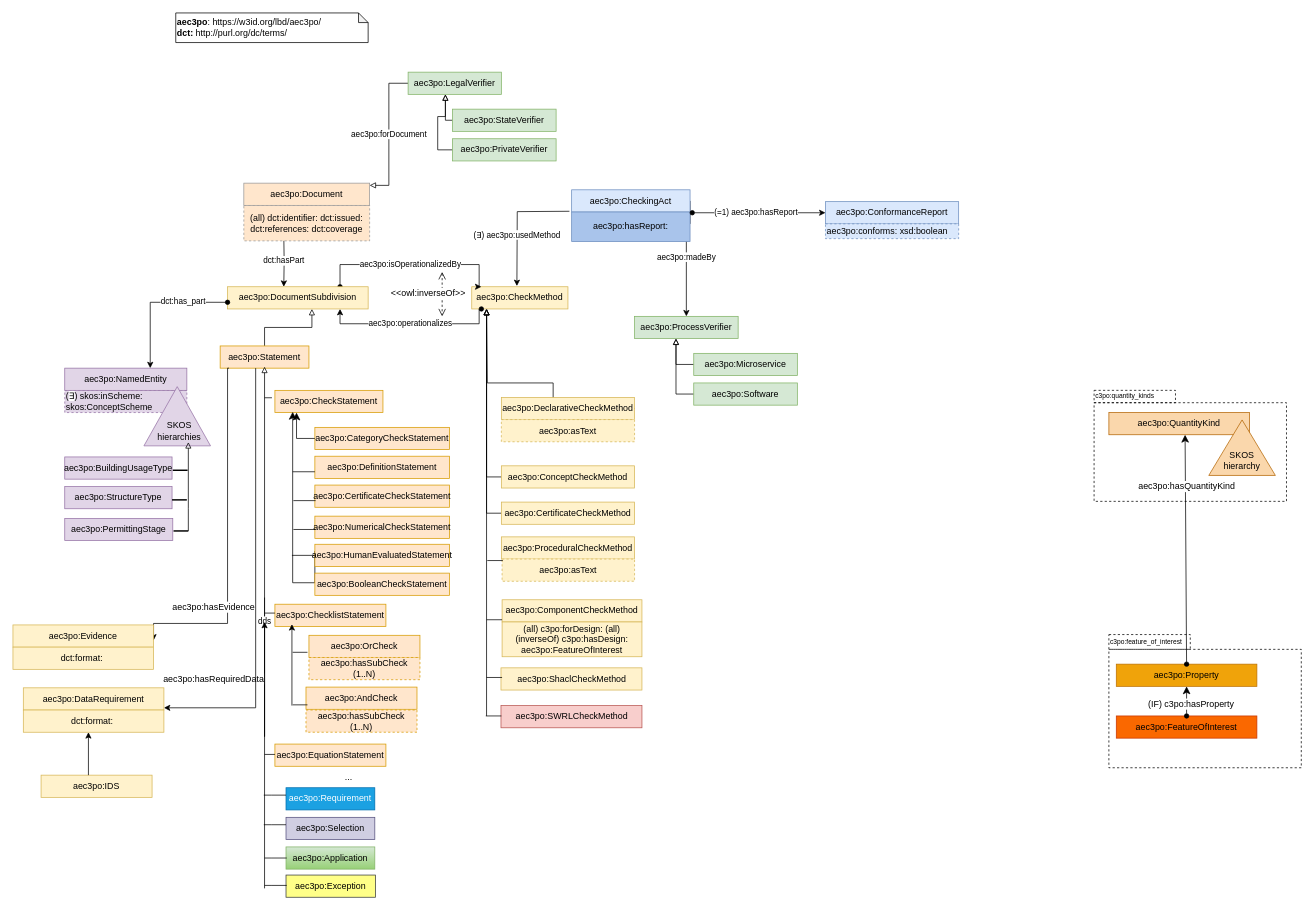
Accord-Project/aec3po keeps this draw.io diagram as page "overview" (1 of 18) of src/aec3po.drawio. Above is the earlier version. Source tidied: cells renumbered, new cells numbered last; positions are measured from the earlier drawing's top-left corner, leaving out a move shared by most shapes. Both pictures are drawn from the tidied source at 74%, with x=0, y=0 at pixel (13, 13).
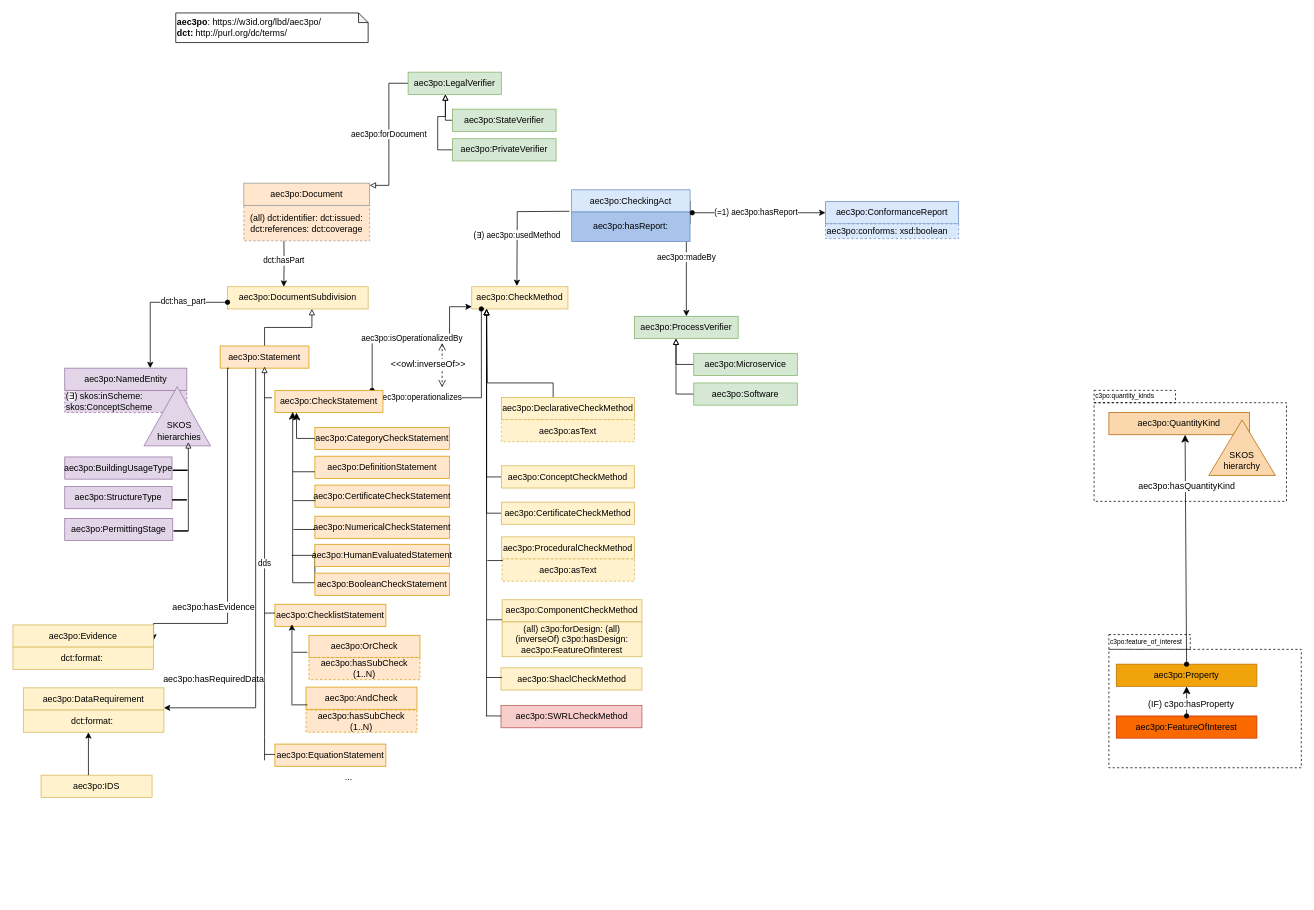
After the change.

Unchanged cells that the change refers to:
```xml
<mxCell id="15" value="aec3po:CheckMethod" style="rounded=0;whiteSpace=wrap;html=1;snapToPoint=1;points=[[0.1,0],[0.2,0],[0.3,0],[0.4,0],[0.5,0],[0.6,0],[0.7,0],[0.8,0],[0.9,0],[0,0.1],[0,0.3],[0,0.5],[0,0.7],[0,0.9],[0.1,1],[0.2,1],[0.3,1],[0.4,1],[0.5,1],[0.6,1],[0.7,1],[0.8,1],[0.9,1],[1,0.1],[1,0.3],[1,0.5],[1,0.7],[1,0.9]];fillColor=#fff2cc;strokeColor=#d6b656;" parent="1" vertex="1">
  <mxGeometry x="620" y="370" width="130" height="30" as="geometry" />
</mxCell>
<mxCell id="44" value="aec3po:DocumentSubdivision" style="rounded=0;whiteSpace=wrap;html=1;snapToPoint=1;points=[[0.1,0],[0.2,0],[0.3,0],[0.4,0],[0.5,0],[0.6,0],[0.7,0],[0.8,0],[0.9,0],[0,0.1],[0,0.3],[0,0.5],[0,0.7],[0,0.9],[0.1,1],[0.2,1],[0.3,1],[0.4,1],[0.5,1],[0.6,1],[0.7,1],[0.8,1],[0.9,1],[1,0.1],[1,0.3],[1,0.5],[1,0.7],[1,0.9]];fillColor=#fff2cc;strokeColor=#d6b656;" parent="1" vertex="1">
  <mxGeometry x="290" y="370" width="190" height="30" as="geometry" />
</mxCell>
<mxCell id="46" value="aec3po:CheckStatement" style="rounded=0;whiteSpace=wrap;html=1;snapToPoint=1;points=[[0.1,0],[0.2,0],[0.3,0],[0.4,0],[0.5,0],[0.6,0],[0.7,0],[0.8,0],[0.9,0],[0,0.1],[0,0.3],[0,0.5],[0,0.7],[0,0.9],[0.1,1],[0.2,1],[0.3,1],[0.4,1],[0.5,1],[0.6,1],[0.7,1],[0.8,1],[0.9,1],[1,0.1],[1,0.3],[1,0.5],[1,0.7],[1,0.9]];fillColor=#ffe6cc;strokeColor=#d79b00;" parent="1" vertex="1">
  <mxGeometry x="354" y="510" width="146" height="30" as="geometry" />
</mxCell>
```

The edit, as a diff of the source:
```diff
@@
-    <mxCell id="19" value="aec3po:isOperationalizedBy" style="edgeStyle=orthogonalEdgeStyle;rounded=0;jettySize=auto;html=1;exitX=0.8;exitY=0;exitDx=0;exitDy=0;entryX=0.1;entryY=0;entryDx=0;entryDy=0;startArrow=oval;startFill=1;endArrow=classic;endFill=1;" parent="1" edge="1" source="44" target="15">
+    <mxCell id="19" value="aec3po:isOperationalizedBy" style="edgeStyle=orthogonalEdgeStyle;rounded=0;jettySize=auto;html=1;exitX=0.9;exitY=0;exitDx=0;exitDy=0;entryX=0;entryY=0.9;entryDx=0;entryDy=0;startArrow=oval;startFill=1;endArrow=classic;endFill=1;" parent="1" edge="1" source="46" target="15">
       <mxGeometry relative="1" as="geometry">
         <Array as="points">
-          <mxPoint x="442" y="340" />
-          <mxPoint x="630" y="340" />
+          <mxPoint x="485" y="440" />
+          <mxPoint x="590" y="440" />
+          <mxPoint x="590" y="397" />
         </Array>
       </mxGeometry>
     </mxCell>
-    <mxCell id="20" value="aec3po:operationalizes" style="edgeStyle=orthogonalEdgeStyle;rounded=0;jettySize=auto;html=1;startArrow=oval;startFill=1;endArrow=classic;endFill=1;exitX=0.1;exitY=1;exitDx=0;exitDy=0;entryX=0.8;entryY=1;entryDx=0;entryDy=0;" parent="1" edge="1" source="15" target="44">
-      <mxGeometry relative="1" as="geometry">
+    <mxCell id="20" value="aec3po:operationalizes" style="edgeStyle=orthogonalEdgeStyle;rounded=0;jettySize=auto;html=1;startArrow=oval;startFill=1;endArrow=classic;endFill=1;exitX=0.1;exitY=1;exitDx=0;exitDy=0;entryX=1;entryY=0.5;entryDx=0;entryDy=0;" parent="1" edge="1" source="15" target="46">
+      <mxGeometry x="0.57" relative="1" as="geometry">
         <Array as="points">
-          <mxPoint x="630" y="420" />
-          <mxPoint x="442" y="420" />
+          <mxPoint x="633" y="520" />
+          <mxPoint x="500" y="520" />
         </Array>
       </mxGeometry>
     </mxCell>
     <mxCell id="21" style="endArrow=open;html=1;fontColor=#000099;endFill=0;dashed=1;endSize=8;startArrow=open;startFill=0;startSize=8;arcSize=0;rounded=0;" parent="1" edge="1">
       <mxGeometry relative="1" as="geometry">
-        <mxPoint x="580" y="350" as="sourcePoint" />
-        <mxPoint x="580" y="410" as="targetPoint" />
+        <mxPoint x="580" y="446" as="sourcePoint" />
+        <mxPoint x="580" y="506" as="targetPoint" />
       </mxGeometry>
     </mxCell>
@@
     <mxCell id="66" value="dds" style="edgeStyle=orthogonalEdgeStyle;rounded=0;orthogonalLoop=1;jettySize=auto;html=1;startArrow=none;startFill=0;endArrow=block;endFill=0;" parent="1" edge="1">
       <mxGeometry relative="1" as="geometry">
-        <mxPoint x="340" y="790" as="sourcePoint" />
+        <mxPoint x="340" y="1010" as="sourcePoint" />
         <mxPoint x="340" y="478" as="targetPoint" />
         <Array as="points">
           <mxPoint x="340" y="978" />
         </Array>
       </mxGeometry>
     </mxCell>
@@
-    <mxCell id="70" value="aec3po:Requirement" style="rounded=0;whiteSpace=wrap;html=1;fillColor=#1ba1e2;strokeColor=#006EAF;fontColor=#ffffff;" parent="1" vertex="1">
-      <mxGeometry x="369" y="1047" width="120" height="30" as="geometry" />
-    </mxCell>
-    <mxCell id="71" value="aec3po:Selection" style="rounded=0;whiteSpace=wrap;html=1;fillColor=#d0cee2;strokeColor=#56517e;" parent="1" vertex="1">
-      <mxGeometry x="369" y="1087" width="120" height="30" as="geometry" />
-    </mxCell>
-    <mxCell id="72" value="aec3po:Application" style="rounded=0;whiteSpace=wrap;html=1;fillColor=#d5e8d4;strokeColor=#82b366;gradientColor=#97d077;" parent="1" vertex="1">
-      <mxGeometry x="369" y="1127" width="120" height="30" as="geometry" />
-    </mxCell>
-    <mxCell id="73" value="aec3po:Exception" style="rounded=0;whiteSpace=wrap;html=1;fillColor=#ffff88;strokeColor=#36393d;" parent="1" vertex="1">
-      <mxGeometry x="369" y="1165" width="121" height="30" as="geometry" />
-    </mxCell>
-    <mxCell id="74" style="endArrow=none;html=1;rounded=0;" parent="1" edge="1">
-      <mxGeometry relative="1" as="geometry">
-        <mxPoint x="339" y="1097" as="sourcePoint" />
-        <mxPoint x="369" y="1097" as="targetPoint" />
-        <Array as="points">
-          <mxPoint x="349" y="1097" />
-        </Array>
-      </mxGeometry>
-    </mxCell>
-    <mxCell id="75" style="endArrow=none;html=1;rounded=0;" parent="1" edge="1">
-      <mxGeometry relative="1" as="geometry">
-        <mxPoint x="339" y="1057" as="sourcePoint" />
-        <mxPoint x="369" y="1057" as="targetPoint" />
-        <Array as="points">
-          <mxPoint x="349" y="1057" />
-        </Array>
-      </mxGeometry>
-    </mxCell>
-    <mxCell id="76" style="endArrow=none;html=1;rounded=0;" parent="1" edge="1">
-      <mxGeometry relative="1" as="geometry">
-        <mxPoint x="340" y="1142" as="sourcePoint" />
-        <mxPoint x="370" y="1142" as="targetPoint" />
-        <Array as="points">
-          <mxPoint x="350" y="1142" />
-        </Array>
-      </mxGeometry>
-    </mxCell>
-    <mxCell id="77" style="endArrow=none;html=1;rounded=0;" parent="1" edge="1">
-      <mxGeometry relative="1" as="geometry">
-        <mxPoint x="340" y="1179" as="sourcePoint" />
-        <mxPoint x="370" y="1179" as="targetPoint" />
-        <Array as="points">
-          <mxPoint x="350" y="1179" />
-        </Array>
-      </mxGeometry>
-    </mxCell>
@@
-    <mxCell id="99" style="endArrow=classic;html=1;rounded=0;" parent="1" edge="1">
-      <mxGeometry relative="1" as="geometry">
-        <mxPoint x="340" y="1183" as="sourcePoint" />
-        <mxPoint x="340" y="823" as="targetPoint" />
-      </mxGeometry>
-    </mxCell>
```
